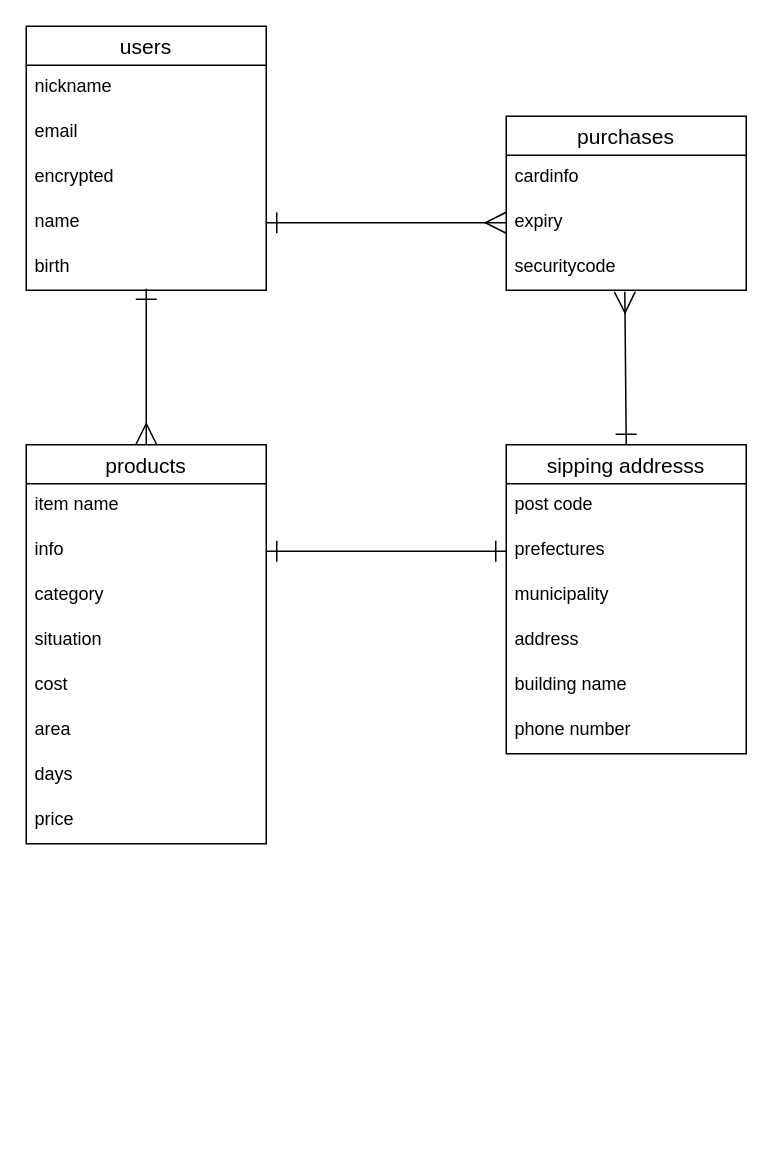
Wataru0530/furima-38329 keeps this draw.io diagram as datebace.dio. Above is the earlier version. Source tidied: cells renumbered, new cells numbered last; positions are measured from the earlier drawing's top-left corner, leaving out a move shared by most shapes. Both pictures are drawn from the tidied source at 150%, with x=0, y=0 at pixel (26, 26).
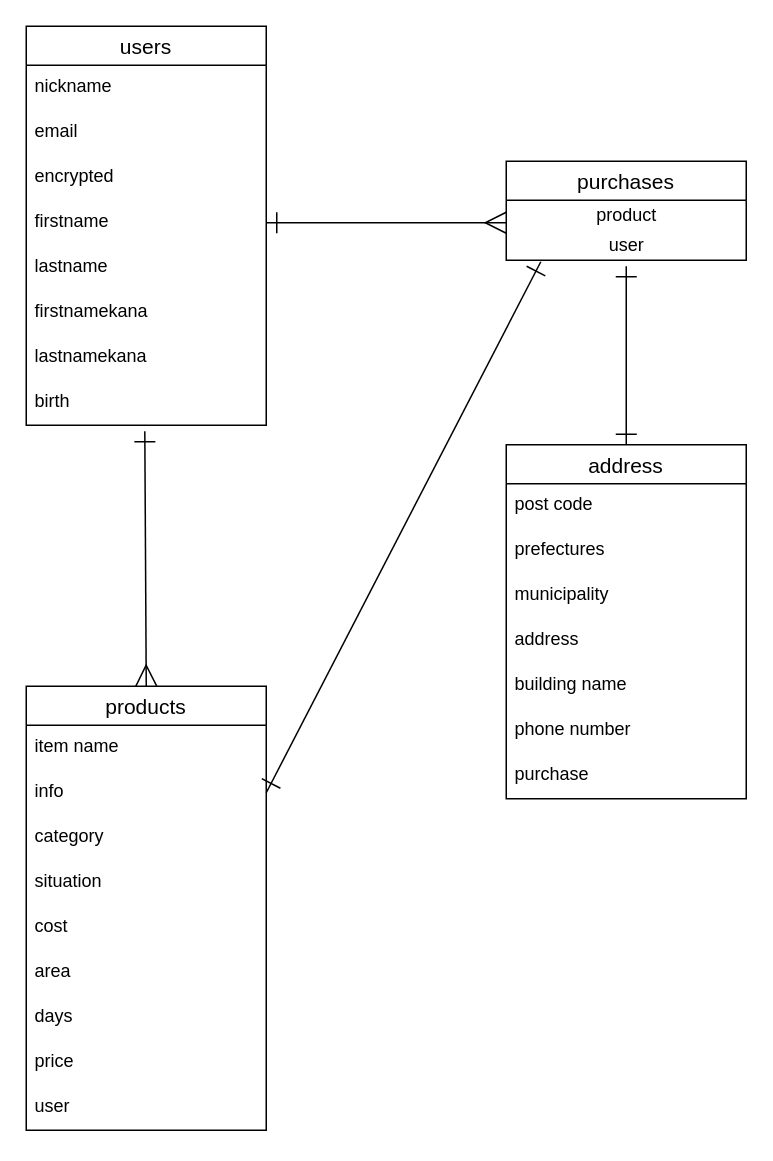
The same page after the edit.

Unchanged cells that the change refers to:
```xml
<mxCell id="11" value="info" style="text;strokeColor=none;fillColor=none;spacingLeft=4;spacingRight=4;overflow=hidden;points=[[0,0.5],[1,0.5]];portConstraint=eastwest;fontSize=12;" parent="9" vertex="1">
  <mxGeometry y="56" width="160" height="30" as="geometry" />
</mxCell>
<mxCell id="25" value="prefectures" style="text;strokeColor=none;fillColor=none;spacingLeft=4;spacingRight=4;overflow=hidden;points=[[0,0.5],[1,0.5]];portConstraint=eastwest;fontSize=12;" parent="23" vertex="1">
  <mxGeometry y="56" width="160" height="30" as="geometry" />
</mxCell>
```

What changed in the source:
```diff
@@
     <mxCell id="2" value="users" style="swimlane;fontStyle=0;horizontal=1;startSize=26;align=center;fontSize=14;" parent="1" vertex="1">
-      <mxGeometry width="160" height="176" as="geometry" />
+      <mxGeometry width="160" height="266" as="geometry" />
     </mxCell>
@@
-    <mxCell id="6" value="name" style="text;strokeColor=none;fillColor=none;spacingLeft=4;spacingRight=4;overflow=hidden;points=[[0,0.5],[1,0.5]];portConstraint=eastwest;fontSize=12;" parent="2" vertex="1">
+    <mxCell id="6" value="firstname" style="text;strokeColor=none;fillColor=none;spacingLeft=4;spacingRight=4;overflow=hidden;points=[[0,0.5],[1,0.5]];portConstraint=eastwest;fontSize=12;" parent="2" vertex="1">
       <mxGeometry y="116" width="160" height="30" as="geometry" />
     </mxCell>
+    <mxCell id="32" value="lastname" style="text;strokeColor=none;fillColor=none;spacingLeft=4;spacingRight=4;overflow=hidden;fontSize=12;" parent="2" vertex="1">
+      <mxGeometry y="146" width="160" height="30" as="geometry" />
+    </mxCell>
+    <mxCell id="33" value="firstnamekana" style="text;strokeColor=none;fillColor=none;spacingLeft=4;spacingRight=4;overflow=hidden;fontSize=12;" parent="2" vertex="1">
+      <mxGeometry y="176" width="160" height="30" as="geometry" />
+    </mxCell>
+    <mxCell id="34" value="lastnamekana" style="text;strokeColor=none;fillColor=none;spacingLeft=4;spacingRight=4;overflow=hidden;fontSize=12;" parent="2" vertex="1">
+      <mxGeometry y="206" width="160" height="30" as="geometry" />
+    </mxCell>
     <mxCell id="7" value="birth" style="text;strokeColor=none;fillColor=none;spacingLeft=4;spacingRight=4;overflow=hidden;points=[[0,0.5],[1,0.5]];portConstraint=eastwest;fontSize=12;" parent="2" vertex="1">
-      <mxGeometry y="146" width="160" height="30" as="geometry" />
+      <mxGeometry y="236" width="160" height="30" as="geometry" />
     </mxCell>
-    <mxCell id="8" style="edgeStyle=none;html=1;exitX=0.5;exitY=0;exitDx=0;exitDy=0;entryX=0.5;entryY=0.967;entryDx=0;entryDy=0;entryPerimeter=0;startArrow=ERmany;startFill=0;endArrow=ERone;endFill=0;endSize=12;startSize=12;" parent="1" edge="1" source="9" target="7">
+    <mxCell id="8" style="edgeStyle=none;html=1;exitX=0.5;exitY=0;exitDx=0;exitDy=0;startArrow=ERmany;startFill=0;endArrow=ERone;endFill=0;endSize=12;startSize=12;entryX=0.494;entryY=1.133;entryDx=0;entryDy=0;entryPerimeter=0;" parent="1" edge="1" source="9" target="7">
       <mxGeometry relative="1" as="geometry" />
     </mxCell>
     <mxCell id="9" value="products" style="swimlane;fontStyle=0;horizontal=1;startSize=26;align=center;fontSize=14;" parent="1" vertex="1">
-      <mxGeometry y="279" width="160" height="266" as="geometry" />
+      <mxGeometry y="440" width="160" height="296" as="geometry" />
     </mxCell>
@@
+    <mxCell id="35" value="user" style="text;strokeColor=none;fillColor=none;spacingLeft=4;spacingRight=4;overflow=hidden;fontSize=12;" parent="9" vertex="1">
+      <mxGeometry y="266" width="160" height="30" as="geometry" />
+    </mxCell>
     <mxCell id="18" value="purchases" style="swimlane;fontStyle=0;horizontal=1;startSize=26;align=center;fontSize=14;" parent="1" vertex="1">
-      <mxGeometry x="320" y="60" width="160" height="116" as="geometry" />
+      <mxGeometry x="320" y="90" width="160" height="66" as="geometry" />
     </mxCell>
-    <mxCell id="19" value="cardinfo" style="text;strokeColor=none;fillColor=none;spacingLeft=4;spacingRight=4;overflow=hidden;fontSize=12;" parent="18" vertex="1">
-      <mxGeometry y="26" width="160" height="30" as="geometry" />
-    </mxCell>
-    <mxCell id="20" value="expiry" style="text;strokeColor=none;fillColor=none;spacingLeft=4;spacingRight=4;overflow=hidden;points=[[0,0.5],[1,0.5]];portConstraint=eastwest;fontSize=12;" parent="18" vertex="1">
-      <mxGeometry y="56" width="160" height="30" as="geometry" />
-    </mxCell>
-    <mxCell id="21" value="securitycode" style="text;strokeColor=none;fillColor=none;spacingLeft=4;spacingRight=4;overflow=hidden;points=[[0,0.5],[1,0.5]];portConstraint=eastwest;fontSize=12;" parent="18" vertex="1">
-      <mxGeometry y="86" width="160" height="30" as="geometry" />
-    </mxCell>
+    <mxCell id="36" value="product" style="text;html=1;align=center;verticalAlign=middle;strokeColor=none;fillColor=none;" parent="18" vertex="1">
+      <mxGeometry y="26" width="160" height="20" as="geometry" />
+    </mxCell>
+    <mxCell id="37" value="user" style="text;html=1;align=center;verticalAlign=middle;points=[];strokeColor=none;fillColor=none;" parent="18" vertex="1">
+      <mxGeometry y="46" width="160" height="20" as="geometry" />
+    </mxCell>
-    <mxCell id="22" style="edgeStyle=none;html=1;exitX=0.5;exitY=0;exitDx=0;exitDy=0;entryX=0.494;entryY=1.033;entryDx=0;entryDy=0;entryPerimeter=0;startArrow=ERone;startFill=0;endArrow=ERmany;endFill=0;startSize=12;endSize=12;" parent="1" edge="1" source="23" target="21">
-      <mxGeometry relative="1" as="geometry" />
+    <mxCell id="22" style="edgeStyle=none;html=1;exitX=0.5;exitY=0;exitDx=0;exitDy=0;startArrow=ERone;startFill=0;endArrow=ERone;endFill=0;startSize=12;endSize=12;" parent="1" edge="1" source="23">
+      <mxGeometry relative="1" as="geometry">
+        <mxPoint x="400" y="160" as="targetPoint" />
+      </mxGeometry>
     </mxCell>
-    <mxCell id="23" value="sipping addresss" style="swimlane;fontStyle=0;horizontal=1;startSize=26;align=center;fontSize=14;" parent="1" vertex="1">
-      <mxGeometry x="320" y="279" width="160" height="206" as="geometry" />
+    <mxCell id="23" value="address" style="swimlane;fontStyle=0;horizontal=1;startSize=26;align=center;fontSize=14;" parent="1" vertex="1">
+      <mxGeometry x="320" y="279" width="160" height="236" as="geometry" />
     </mxCell>
@@
+    <mxCell id="38" value="purchase" style="text;strokeColor=none;fillColor=none;spacingLeft=4;spacingRight=4;overflow=hidden;fontSize=12;" parent="23" vertex="1">
+      <mxGeometry y="206" width="160" height="30" as="geometry" />
+    </mxCell>
-    <mxCell id="30" style="edgeStyle=none;html=1;exitX=1;exitY=0.5;exitDx=0;exitDy=0;startArrow=ERone;startFill=0;endArrow=ERone;endFill=0;startSize=12;endSize=12;entryX=0;entryY=0.5;entryDx=0;entryDy=0;" parent="1" edge="1" source="11" target="25">
+    <mxCell id="30" style="edgeStyle=none;html=1;exitX=1;exitY=0.5;exitDx=0;exitDy=0;startArrow=ERone;startFill=0;endArrow=ERone;endFill=0;startSize=12;endSize=12;entryX=0.144;entryY=1.05;entryDx=0;entryDy=0;entryPerimeter=0;" parent="1" edge="1" source="11" target="37">
       <mxGeometry relative="1" as="geometry" />
     </mxCell>
-    <mxCell id="31" style="edgeStyle=none;html=1;exitX=1;exitY=0.5;exitDx=0;exitDy=0;startArrow=ERone;startFill=0;endArrow=ERmany;endFill=0;startSize=12;endSize=12;entryX=0;entryY=0.5;entryDx=0;entryDy=0;" parent="1" edge="1" source="6" target="20">
-      <mxGeometry relative="1" as="geometry" />
+    <mxCell id="31" style="edgeStyle=none;html=1;exitX=1;exitY=0.5;exitDx=0;exitDy=0;startArrow=ERone;startFill=0;endArrow=ERmany;endFill=0;startSize=12;endSize=12;entryX=0;entryY=0.5;entryDx=0;entryDy=0;" parent="1" edge="1" source="6">
+      <mxGeometry relative="1" as="geometry">
+        <mxPoint x="320" y="131" as="targetPoint" />
+      </mxGeometry>
     </mxCell>
```
